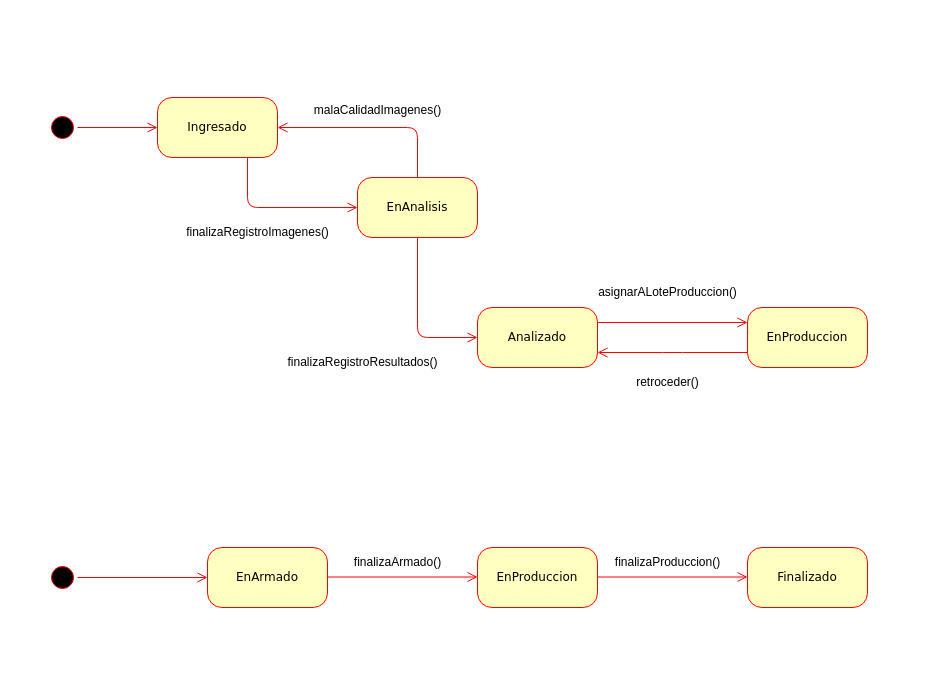
This is practica2/PR2_Estados.drawio from josemicode/boletines-modsis, a draw.io file, before an edit. Source tidied: cells renumbered, new cells numbered last; positions are measured from the earlier drawing's top-left corner, leaving out a move shared by most shapes. Both pictures are drawn from the tidied source at 100%, with x=0, y=0 at pixel (47, 95).
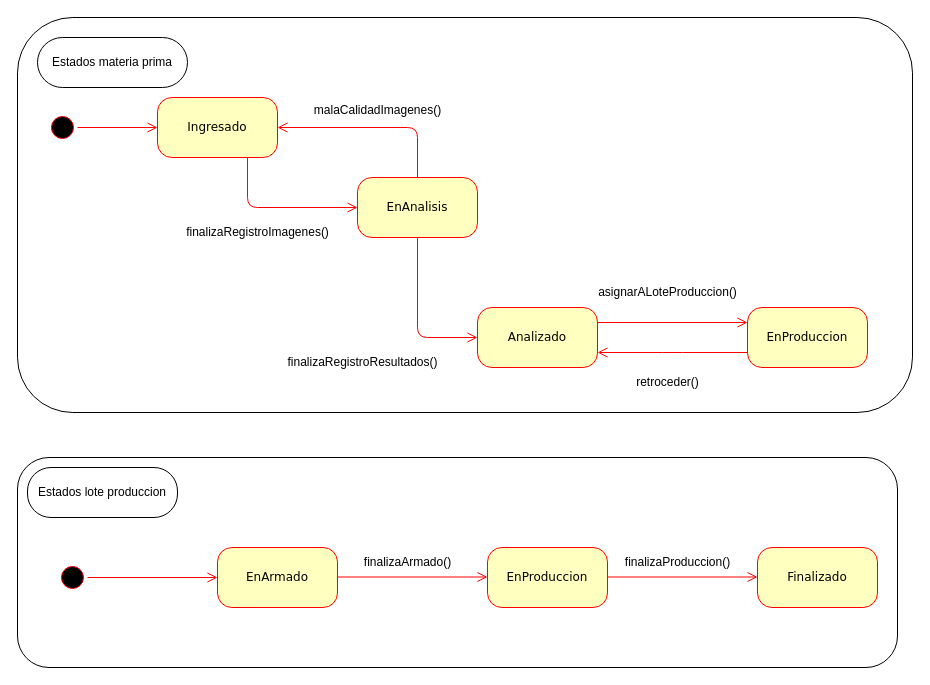
The same diagram, later.

The edit, as a diff of the source:
```diff
@@
+    <mxCell id="27" style="rounded=1;whiteSpace=wrap;html=1;" parent="1" vertex="1">
+      <mxGeometry x="-30" y="362" width="880" height="210" as="geometry" />
+    </mxCell>
+    <mxCell id="28" style="rounded=1;whiteSpace=wrap;html=1;arcSize=14;" parent="1" vertex="1">
+      <mxGeometry x="-30" y="-78" width="895" height="395" as="geometry" />
+    </mxCell>
@@
     <mxCell id="18" value="EnProduccion" style="rounded=1;whiteSpace=wrap;html=1;arcSize=24;fillColor=#ffffc0;strokeColor=#ff0000;shadow=0;comic=0;labelBackgroundColor=none;fontFamily=Verdana;fontSize=12;fontColor=#000000;align=center;" parent="1" vertex="1">
-      <mxGeometry x="430" y="452" width="120" height="60" as="geometry" />
+      <mxGeometry x="440" y="452" width="120" height="60" as="geometry" />
     </mxCell>
     <mxCell id="19" value="EnArmado" style="rounded=1;whiteSpace=wrap;html=1;arcSize=24;fillColor=#ffffc0;strokeColor=#ff0000;shadow=0;comic=0;labelBackgroundColor=none;fontFamily=Verdana;fontSize=12;fontColor=#000000;align=center;" parent="1" vertex="1">
-      <mxGeometry x="160" y="452" width="120" height="60" as="geometry" />
+      <mxGeometry x="170" y="452" width="120" height="60" as="geometry" />
     </mxCell>
     <mxCell id="20" style="edgeStyle=orthogonalEdgeStyle;html=1;exitX=1;exitY=0.25;entryX=0;entryY=0.25;labelBackgroundColor=none;endArrow=open;endSize=8;strokeColor=#ff0000;fontFamily=Verdana;fontSize=12;align=left;" parent="1" edge="1">
       <mxGeometry relative="1" as="geometry">
-        <mxPoint x="280" y="481.5" as="sourcePoint" />
-        <mxPoint x="430" y="481.5" as="targetPoint" />
+        <mxPoint x="290" y="481.5" as="sourcePoint" />
+        <mxPoint x="440" y="481.5" as="targetPoint" />
       </mxGeometry>
     </mxCell>
     <mxCell id="21" value="finalizaArmado()" style="text;html=1;align=center;verticalAlign=middle;strokeColor=none;fillColor=none;" parent="1" vertex="1">
-      <mxGeometry x="295" y="452" width="110" height="30" as="geometry" />
+      <mxGeometry x="305" y="452" width="110" height="30" as="geometry" />
     </mxCell>
     <mxCell id="22" value="Finalizado" style="rounded=1;whiteSpace=wrap;html=1;arcSize=24;fillColor=#ffffc0;strokeColor=#ff0000;shadow=0;comic=0;labelBackgroundColor=none;fontFamily=Verdana;fontSize=12;fontColor=#000000;align=center;" parent="1" vertex="1">
-      <mxGeometry x="700" y="452" width="120" height="60" as="geometry" />
+      <mxGeometry x="710" y="452" width="120" height="60" as="geometry" />
     </mxCell>
     <mxCell id="23" style="edgeStyle=orthogonalEdgeStyle;html=1;entryX=0;entryY=0.25;labelBackgroundColor=none;endArrow=open;endSize=8;strokeColor=#ff0000;fontFamily=Verdana;fontSize=12;align=left;" parent="1" edge="1" source="18">
       <mxGeometry relative="1" as="geometry">
-        <mxPoint x="700" y="481.5" as="targetPoint" />
+        <mxPoint x="710" y="481.5" as="targetPoint" />
       </mxGeometry>
     </mxCell>
     <mxCell id="24" value="finalizaProduccion()" style="text;html=1;align=center;verticalAlign=middle;strokeColor=none;fillColor=none;" parent="1" vertex="1">
-      <mxGeometry x="555" y="452" width="130" height="30" as="geometry" />
+      <mxGeometry x="565" y="452" width="130" height="30" as="geometry" />
     </mxCell>
     <mxCell id="25" style="ellipse;html=1;shape=startState;fillColor=#000000;strokeColor=#ff0000;rounded=1;shadow=0;comic=0;labelBackgroundColor=none;fontFamily=Verdana;fontSize=12;fontColor=#000000;align=center;direction=south;" parent="1" vertex="1">
-      <mxGeometry y="467" width="30" height="30" as="geometry" />
+      <mxGeometry x="10" y="467" width="30" height="30" as="geometry" />
     </mxCell>
@@
+    <mxCell id="29" value="Estados lote produccion" style="rounded=1;whiteSpace=wrap;html=1;arcSize=47;" parent="1" vertex="1">
+      <mxGeometry x="-20" y="372" width="150" height="50" as="geometry" />
+    </mxCell>
+    <mxCell id="30" value="Estados materia prima" style="rounded=1;whiteSpace=wrap;html=1;arcSize=50;" parent="1" vertex="1">
+      <mxGeometry x="-10" y="-58" width="150" height="50" as="geometry" />
+    </mxCell>
```
